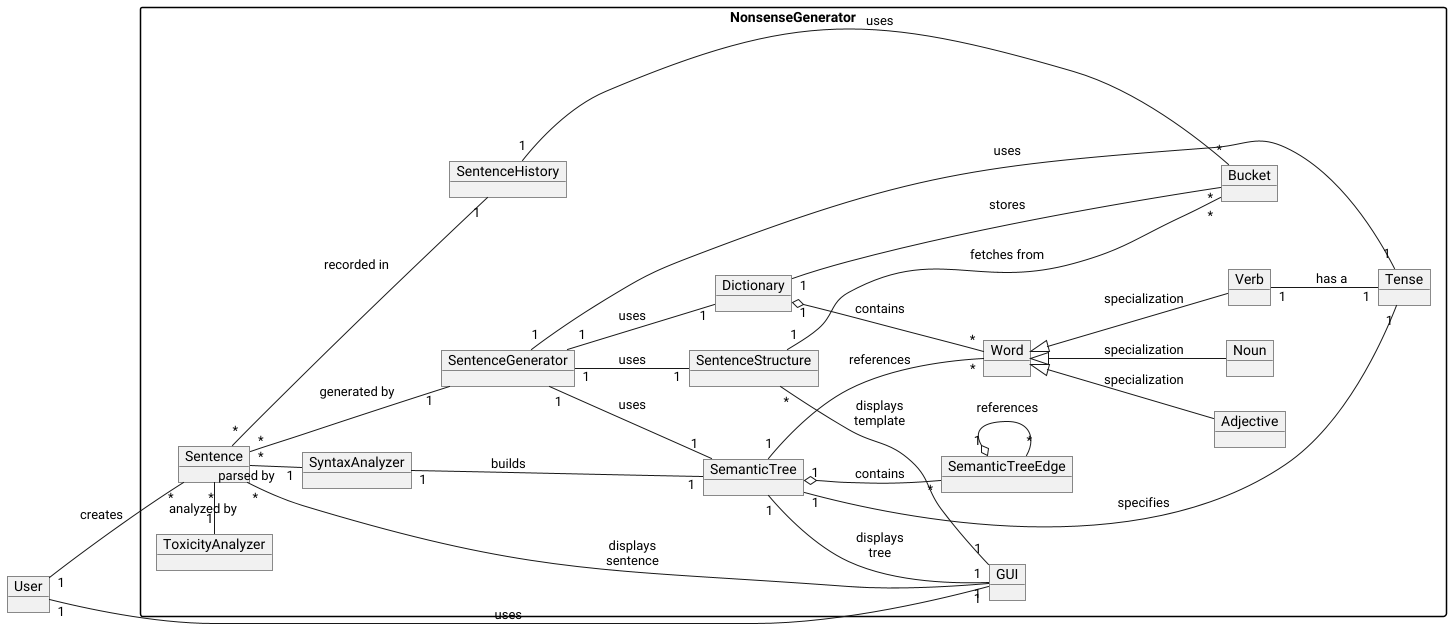
Earlier version of the PlantUML export site/images/domainmodeldiagram.png (HGRM-Forge/nonsense-generator-docs).
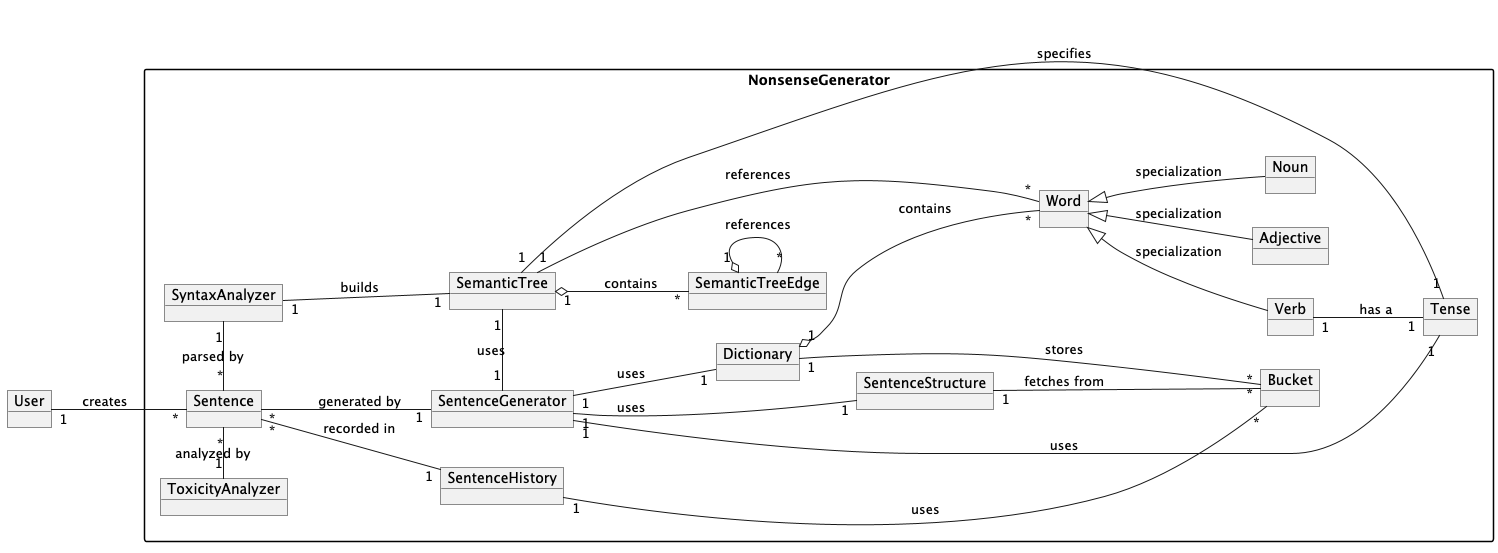
After the commit.

The edit, as a diff of the source:
```diff
@@ -7,7 +7,6 @@
 package NonsenseGenerator {
     object ToxicityAnalyzer
     object SyntaxAnalyzer
-    object GUI
     object Sentence
     object SentenceHistory
     object SentenceGenerator
@@ -24,13 +23,11 @@
 }
 
 User "1" -- "*" Sentence : "creates"
-User "1" -- "1" GUI : "uses"
 
 Sentence "*" -Left- "1" ToxicityAnalyzer : "analyzed by"
 Sentence "*" -- "1" SentenceHistory : "recorded in"
 Sentence "*" -Right- "1" SyntaxAnalyzer : "parsed by"
 Sentence "*" -- "1" SentenceGenerator : "generated by"
-Sentence "*" -- "1" GUI : "displays\nsentence"
 
 Word <|-- Noun : "specialization"
 Word <|-- Verb : "specialization"
@@ -52,9 +49,7 @@
 SemanticTree "1" -- "1" Tense : "specifies"
 
 SentenceStructure "1" -- "*" Bucket : "fetches from"
-SentenceStructure "*" -- "1" GUI : "displays\ntemplate"
 
-SemanticTree "1" -- "1" GUI : "displays\ntree"
 SemanticTree "1" o-- "*" SemanticTreeEdge : "contains"
 SemanticTreeEdge "1" o-- "*" SemanticTreeEdge : "references"
 @enduml
```
